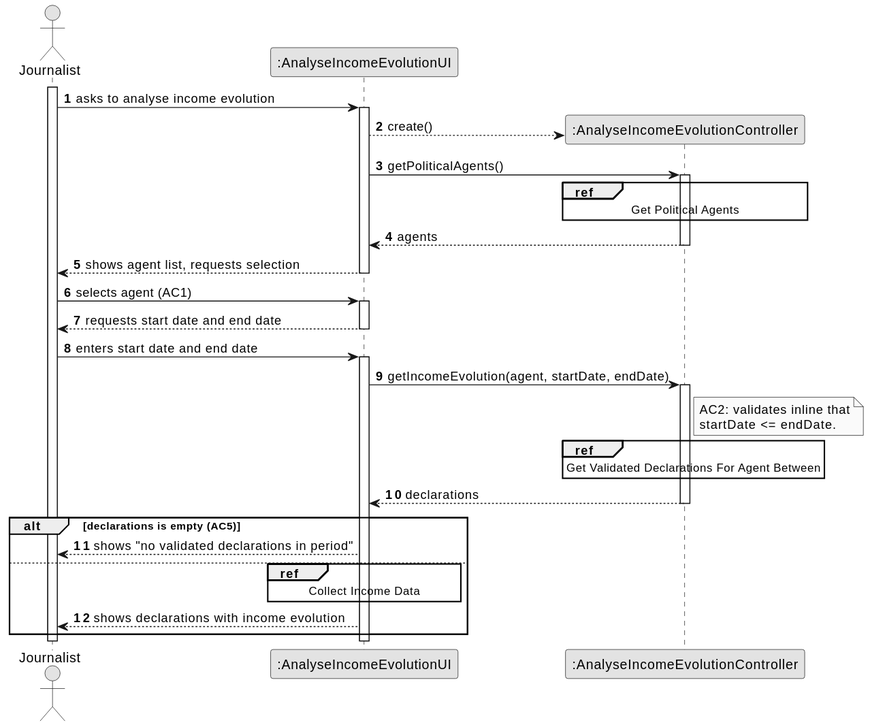
brunodspinto/crystal-clear-platform keeps this PlantUML diagram as docs/system-documentation/US10/03.design/svg/US10-SD-split.svg. Above is the earlier version.
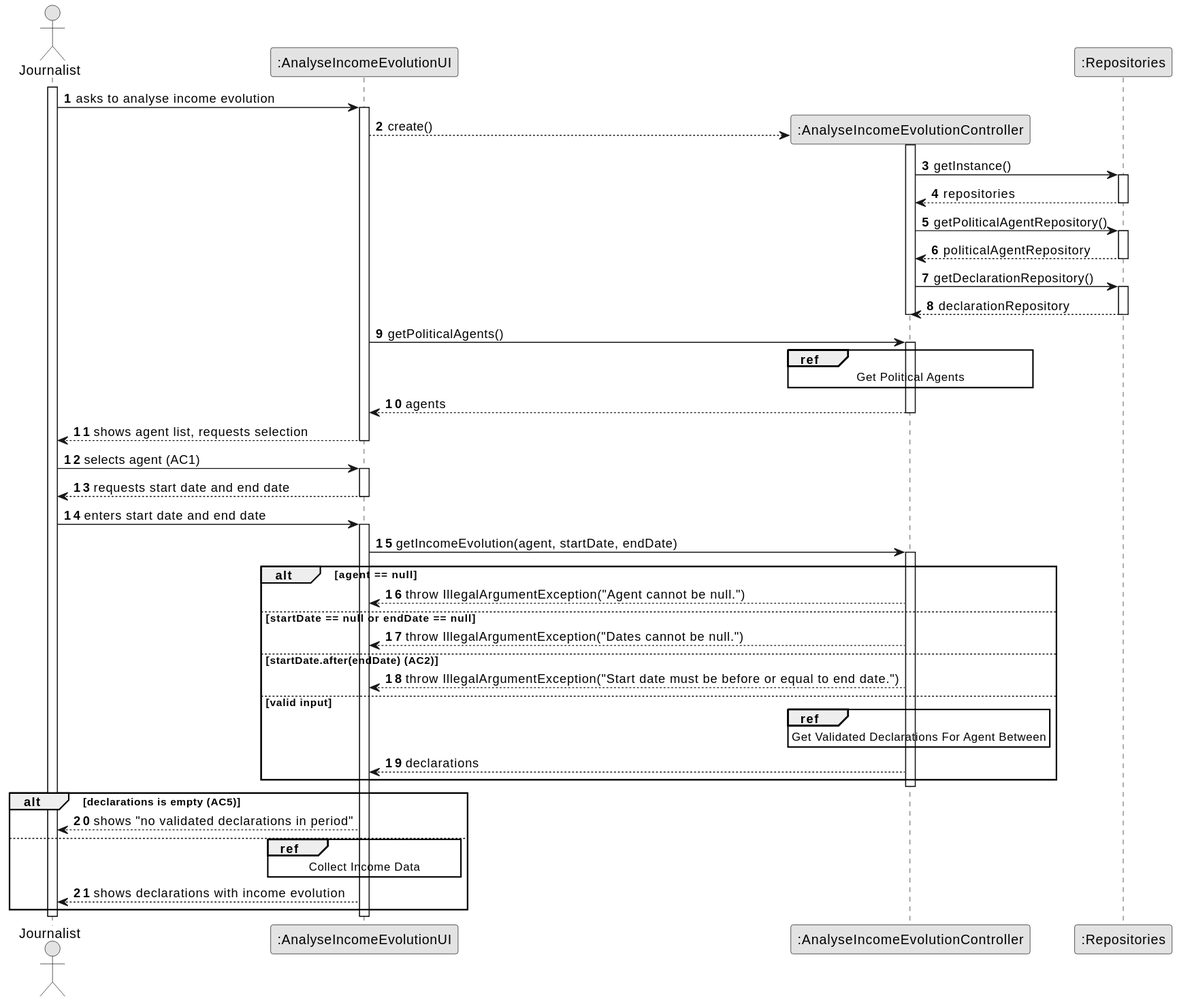
The same file after the commit.

What changed in the source:
```diff
@@ -8,6 +8,7 @@
 actor "Journalist" as Journalist
 participant ":AnalyseIncomeEvolutionUI" as UI
 participant ":AnalyseIncomeEvolutionController" as CTRL
+participant ":Repositories" as REPOS
 
 activate Journalist
 
@@ -15,6 +16,23 @@
     activate UI
 
         UI --> CTRL** : create()
+        activate CTRL
+            CTRL -> REPOS : getInstance()
+            activate REPOS
+                REPOS --> CTRL : repositories
+            deactivate REPOS
+
+            CTRL -> REPOS : getPoliticalAgentRepository()
+            activate REPOS
+                REPOS --> CTRL : politicalAgentRepository
+            deactivate REPOS
+
+            CTRL -> REPOS : getDeclarationRepository()
+            activate REPOS
+                REPOS --> CTRL : declarationRepository
+            deactivate REPOS
+        deactivate CTRL
+
         UI -> CTRL : getPoliticalAgents()
         ref over CTRL
             Get Political Agents
@@ -38,16 +56,19 @@
         UI -> CTRL : getIncomeEvolution(agent, startDate, endDate)
         activate CTRL
 
-            note right of CTRL
-                AC2: validates inline that
-                startDate <= endDate.
-            end note
+            alt agent == null
+                CTRL --> UI : throw IllegalArgumentException("Agent cannot be null.")
+            else startDate == null or endDate == null
+                CTRL --> UI : throw IllegalArgumentException("Dates cannot be null.")
+            else startDate.after(endDate) (AC2)
+                CTRL --> UI : throw IllegalArgumentException("Start date must be before or equal to end date.")
+            else valid input
+                ref over CTRL
+                    Get Validated Declarations For Agent Between
+                end ref
 
-            ref over CTRL
-                Get Validated Declarations For Agent Between
-            end ref
-
-            CTRL --> UI : declarations
+                CTRL --> UI : declarations
+            end
         deactivate CTRL
 
         alt declarations is empty (AC5)
```
